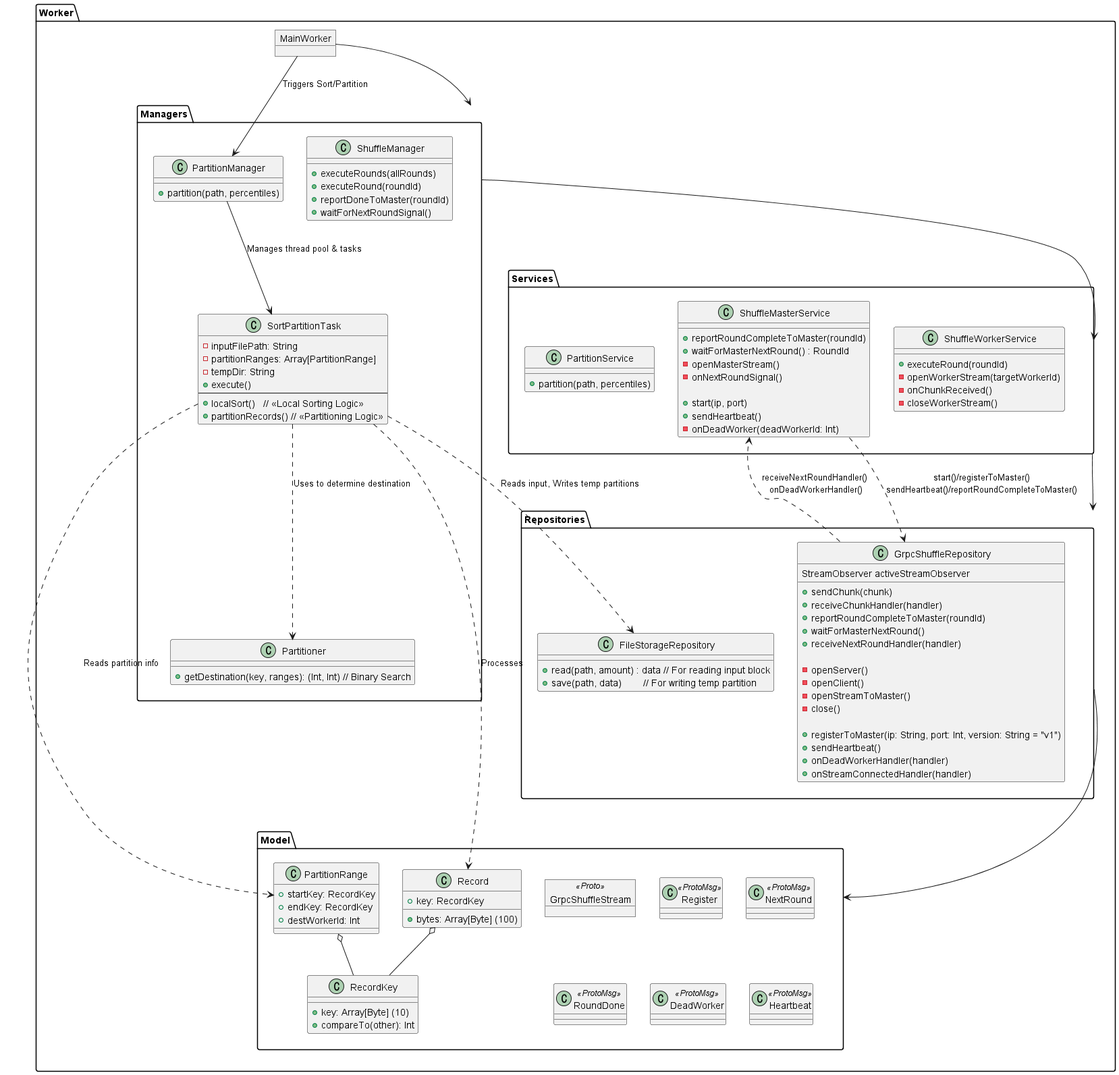
Earlier version of the PlantUML export doc/module diagram/worker/Worker_Module_Diagram.png (ksw20020/332project).
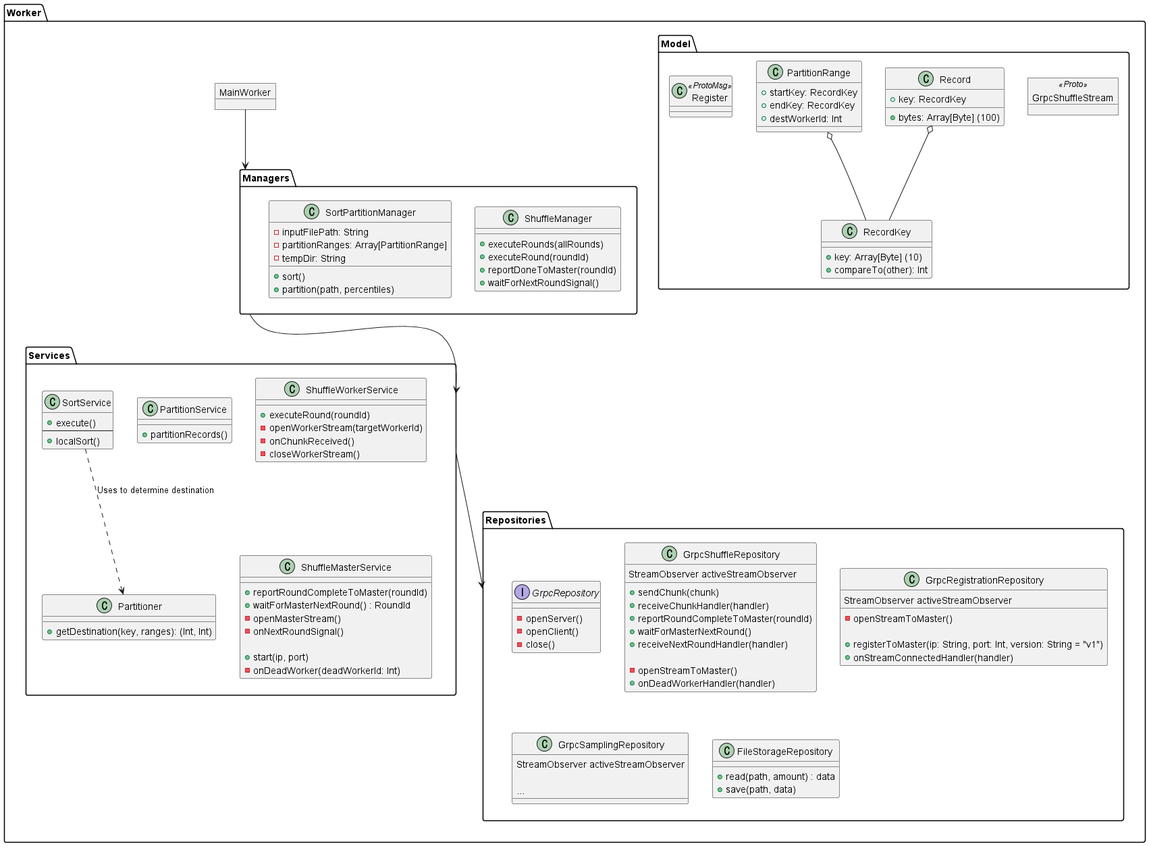
After the change.

Change to the diagram source:
```diff
@@ -11,26 +11,32 @@
             + waitForNextRoundSignal()
         }
 
-        class PartitionManager {
+        class SortPartitionManager {
+            - inputFilePath: String
+            - partitionRanges: Array[PartitionRange]
+            - tempDir: String
+            + sort()
             + partition(path, percentiles)
         }
 
-        class SortPartitionTask {
-            - inputFilePath: String
-            - partitionRanges: Array[PartitionRange]
-            - tempDir: String
+    }
+
+    folder "Services" {
+
+        class SortService {
             + execute()
             --
-            + localSort()   // << Local Sorting Logic >>
-            + partitionRecords() // << Partitioning Logic >>
+            + localSort()
+        }
+
+        class PartitionService {
+            + partitionRecords()
         }
 
         class Partitioner {
-            + getDestination(key, ranges): (Int, Int) // Binary Search
+            + getDestination(key, ranges): (Int, Int)
         }
-    }
 
-    folder "Services" {
         class ShuffleWorkerService {
             + executeRound(roundId)
             - openWorkerStream(targetWorkerId)
@@ -45,16 +51,19 @@
             - onNextRoundSignal()
 
             + start(ip, port)
-            + sendHeartbeat()
             - onDeadWorker(deadWorkerId: Int)
-        }
-
-        class PartitionService {
-            + partition(path, percentiles)
         }
     }
 
     folder "Repositories" {
+        interface GrpcRepository {
+
+            - openServer()
+            - openClient()
+            - close()
+
+        }
+
         class GrpcShuffleRepository {
             StreamObserver activeStreamObserver
 
@@ -64,20 +73,28 @@
             + waitForMasterNextRound()
             + receiveNextRoundHandler(handler)
 
-            - openServer()
-            - openClient()
             - openStreamToMaster()
-            - close()
+            + onDeadWorkerHandler(handler)
+        }
+
+        class GrpcRegistrationRepository {
+            StreamObserver activeStreamObserver
+
+            - openStreamToMaster()
 
             + registerToMaster(ip: String, port: Int, version: String = "v1")
-            + sendHeartbeat()
-            + onDeadWorkerHandler(handler)
             + onStreamConnectedHandler(handler)
         }
 
+        class GrpcSamplingRepository {
+            StreamObserver activeStreamObserver
+
+            ...
+        }
+
         class FileStorageRepository {
-            + read(path, amount) : data // For reading input block
-            + save(path, data)        // For writing temp partition
+            + read(path, amount) : data
+            + save(path, data)
         }
     }
 
@@ -101,23 +118,10 @@
         }
 
         class Register   <<ProtoMsg>>
-        class NextRound  <<ProtoMsg>>
-        class RoundDone  <<ProtoMsg>>
-        class DeadWorker <<ProtoMsg>>
-        class Heartbeat  <<ProtoMsg>>
 
     }
 
-    MainWorker --> PartitionManager : Triggers Sort/Partition
-    PartitionManager --> SortPartitionTask : Manages thread pool & tasks
-
-    SortPartitionTask ..> Partitioner : Uses to determine destination
-    SortPartitionTask ..> Record : Processes
-    SortPartitionTask ..> PartitionRange : Reads partition info
-    SortPartitionTask ..> FileStorageRepository : Reads input, Writes temp partitions
-
-    ShuffleMasterService ..> GrpcShuffleRepository : start()/registerToMaster()\nsendHeartbeat()/reportRoundCompleteToMaster()
-    GrpcShuffleRepository ..> ShuffleMasterService : receiveNextRoundHandler()\n onDeadWorkerHandler()
+    SortService ..> Partitioner : Uses to determine destination
 
     Record o-- RecordKey
     PartitionRange o-- RecordKey
@@ -125,8 +129,6 @@
     MainWorker --> Managers
     Managers --> Services
     Services --> Repositories
-    Repositories --> Model
-
 
 }
 @enduml
```
